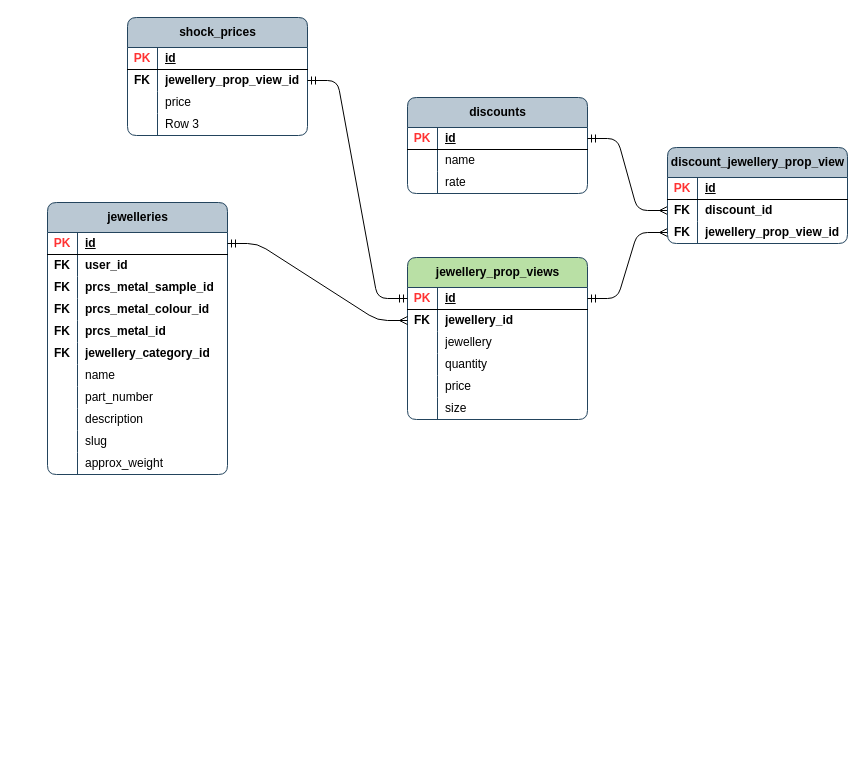
Before: page "discount" (7 of 7) of jewellery_items.drawio in acwstudio/app-ben-brumm, a draw.io diagram. Source tidied: cells renumbered, new cells numbered last; positions are measured from the earlier drawing's top-left corner, leaving out a move shared by most shapes. Both pictures are drawn from the tidied source at 100%, with x=0, y=0 at pixel (47, 17).
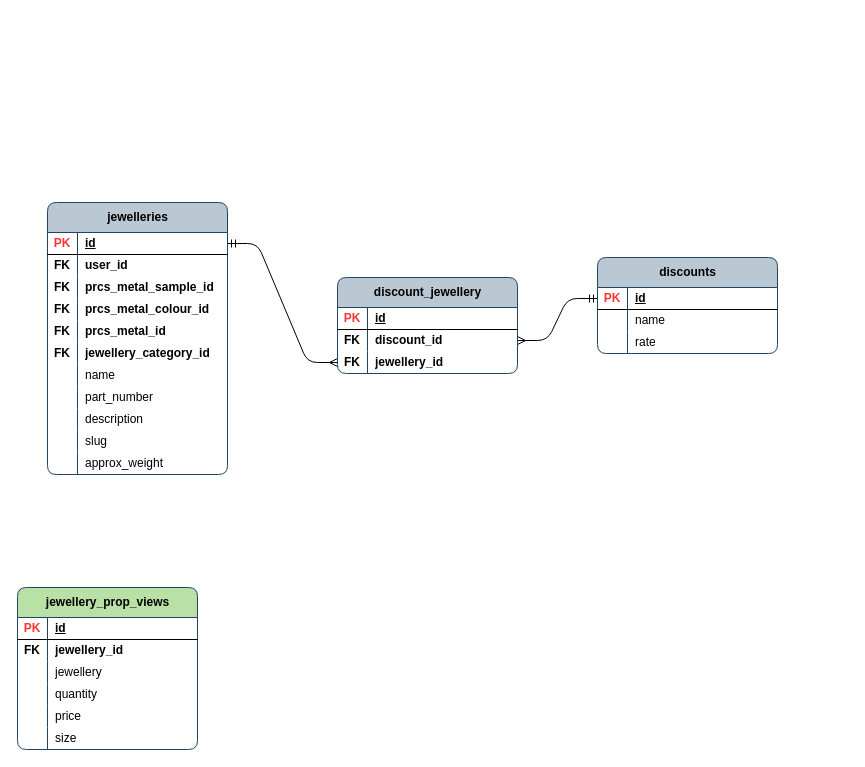
After the change.

The change refers to these unchanged cells:
```xml
<mxCell id="3" style="shape=tableRow;horizontal=0;startSize=0;swimlaneHead=0;swimlaneBody=0;fillColor=none;points=[[0,0.5],[1,0.5]];portConstraint=eastwest;top=0;left=0;right=0;bottom=1;rounded=1;" parent="2" vertex="1">
  <mxGeometry y="30" width="180" height="22" as="geometry" />
</mxCell>
<mxCell id="50" style="shape=tableRow;horizontal=0;startSize=0;swimlaneHead=0;swimlaneBody=0;fillColor=none;points=[[0,0.5],[1,0.5]];portConstraint=eastwest;top=0;left=0;right=0;bottom=1;rounded=0;" parent="49" vertex="1">
  <mxGeometry y="30" width="180" height="22" as="geometry" />
</mxCell>
<mxCell id="53" style="shape=tableRow;horizontal=0;startSize=0;swimlaneHead=0;swimlaneBody=0;fillColor=none;points=[[0,0.5],[1,0.5]];portConstraint=eastwest;top=0;left=0;right=0;bottom=0;rounded=0;" parent="49" vertex="1">
  <mxGeometry y="52" width="180" height="22" as="geometry" />
</mxCell>
<mxCell id="70" style="shape=tableRow;horizontal=0;startSize=0;swimlaneHead=0;swimlaneBody=0;fillColor=none;points=[[0,0.5],[1,0.5]];portConstraint=eastwest;top=0;left=0;right=0;bottom=1;rounded=0;" parent="69" vertex="1">
  <mxGeometry y="30" width="180" height="22" as="geometry" />
</mxCell>
<mxCell id="85" style="shape=tableRow;horizontal=0;startSize=0;swimlaneHead=0;swimlaneBody=0;fillColor=none;points=[[0,0.5],[1,0.5]];portConstraint=eastwest;top=0;left=0;right=0;bottom=0;rounded=0;" parent="81" vertex="1">
  <mxGeometry y="52" width="180" height="22" as="geometry" />
</mxCell>
<mxCell id="88" style="shape=tableRow;horizontal=0;startSize=0;swimlaneHead=0;swimlaneBody=0;fillColor=none;points=[[0,0.5],[1,0.5]];portConstraint=eastwest;top=0;left=0;right=0;bottom=0;rounded=0;" parent="81" vertex="1">
  <mxGeometry y="74" width="180" height="22" as="geometry" />
</mxCell>
```

Diff of the diagram source:
```diff
@@
-    <mxCell id="36" value="shock_prices" style="shape=table;startSize=30;childLayout=tableLayout;rowLines=0;fontStyle=1;align=center;html=1;rounded=1;swimlaneFillColor=none;fillColor=#bac8d3;strokeColor=#23445d;columnLines=1;arcSize=10;" parent="1" vertex="1">
-      <mxGeometry x="80" width="180" height="118" as="geometry" />
-    </mxCell>
-    <mxCell id="37" style="shape=tableRow;horizontal=0;startSize=0;swimlaneHead=0;swimlaneBody=0;fillColor=none;top=0;left=0;right=0;bottom=1;rounded=0;" parent="36" vertex="1">
-      <mxGeometry y="30" width="180" height="22" as="geometry" />
-    </mxCell>
-    <mxCell id="38" value="&lt;font color=&quot;#ff3333&quot;&gt;PK&lt;/font&gt;" style="shape=partialRectangle;fillColor=none;top=0;left=0;bottom=0;right=0;fontStyle=1;overflow=hidden;whiteSpace=wrap;html=1;" parent="37" vertex="1">
-      <mxGeometry width="30" height="22" as="geometry" />
-    </mxCell>
-    <mxCell id="39" value="id" style="shape=partialRectangle;fillColor=none;top=0;left=0;bottom=0;right=0;align=left;spacingLeft=6;fontStyle=5;overflow=hidden;whiteSpace=wrap;html=1;" parent="37" vertex="1">
-      <mxGeometry x="30" width="150" height="22" as="geometry" />
-    </mxCell>
-    <mxCell id="40" style="shape=tableRow;horizontal=0;startSize=0;swimlaneHead=0;swimlaneBody=0;fillColor=none;points=[[0,0.5],[1,0.5]];portConstraint=eastwest;top=0;left=0;right=0;bottom=0;rounded=0;" parent="36" vertex="1">
-      <mxGeometry y="52" width="180" height="22" as="geometry" />
-    </mxCell>
-    <mxCell id="41" value="&lt;b&gt;FK&lt;/b&gt;" style="shape=partialRectangle;fillColor=none;top=0;left=0;bottom=0;right=0;overflow=hidden;whiteSpace=wrap;html=1;" parent="40" vertex="1">
-      <mxGeometry width="30" height="22" as="geometry" />
-    </mxCell>
-    <mxCell id="42" value="&lt;b&gt;jewellery_prop_view_id&lt;/b&gt;" style="shape=partialRectangle;fillColor=none;top=0;left=0;bottom=0;right=0;align=left;spacingLeft=6;overflow=hidden;whiteSpace=wrap;html=1;" parent="40" vertex="1">
-      <mxGeometry x="30" width="150" height="22" as="geometry" />
-    </mxCell>
-    <mxCell id="43" style="shape=tableRow;horizontal=0;startSize=0;swimlaneHead=0;swimlaneBody=0;fillColor=none;top=0;left=0;right=0;bottom=0;rounded=0;" parent="36" vertex="1">
-      <mxGeometry y="74" width="180" height="22" as="geometry" />
-    </mxCell>
-    <mxCell id="44" style="shape=partialRectangle;fillColor=none;top=0;left=0;bottom=0;right=0;overflow=hidden;whiteSpace=wrap;html=1;" parent="43" vertex="1">
-      <mxGeometry width="30" height="22" as="geometry" />
-    </mxCell>
-    <mxCell id="45" value="price" style="shape=partialRectangle;fillColor=none;top=0;left=0;bottom=0;right=0;align=left;spacingLeft=6;overflow=hidden;whiteSpace=wrap;html=1;" parent="43" vertex="1">
-      <mxGeometry x="30" width="150" height="22" as="geometry" />
-    </mxCell>
-    <mxCell id="46" style="shape=tableRow;horizontal=0;startSize=0;swimlaneHead=0;swimlaneBody=0;fillColor=none;top=0;left=0;right=0;bottom=0;rounded=0;" parent="36" vertex="1">
-      <mxGeometry y="96" width="180" height="22" as="geometry" />
-    </mxCell>
-    <mxCell id="47" style="shape=partialRectangle;fillColor=none;top=0;left=0;bottom=0;right=0;overflow=hidden;whiteSpace=wrap;html=1;" parent="46" vertex="1">
-      <mxGeometry width="30" height="22" as="geometry" />
-    </mxCell>
-    <mxCell id="48" value="Row 3" style="shape=partialRectangle;fillColor=none;top=0;left=0;bottom=0;right=0;align=left;spacingLeft=6;overflow=hidden;whiteSpace=wrap;html=1;" parent="46" vertex="1">
-      <mxGeometry x="30" width="150" height="22" as="geometry" />
-    </mxCell>
     <mxCell id="49" value="jewellery_prop_views" style="shape=table;startSize=30;childLayout=tableLayout;rowLines=0;fontStyle=1;align=center;html=1;rounded=1;swimlaneFillColor=none;fillColor=#B9E0A5;strokeColor=#23445d;columnLines=1;arcSize=10;" parent="1" vertex="1">
-      <mxGeometry x="360" y="240" width="180" height="162" as="geometry" />
+      <mxGeometry x="-30" y="570" width="180" height="162" as="geometry" />
     </mxCell>
@@
-    <mxCell id="68" style="edgeStyle=entityRelationEdgeStyle;fontSize=12;html=1;endArrow=ERmany;rounded=1;curved=0;exitX=1;exitY=0.5;exitDx=0;exitDy=0;entryX=0;entryY=0.5;entryDx=0;entryDy=0;startArrow=ERmandOne;startFill=0;" parent="1" edge="1" source="3" target="53">
+    <mxCell id="68" style="edgeStyle=entityRelationEdgeStyle;fontSize=12;html=1;endArrow=ERmany;rounded=1;curved=0;exitX=1;exitY=0.5;exitDx=0;exitDy=0;startArrow=ERmandOne;startFill=0;entryX=0;entryY=0.5;entryDx=0;entryDy=0;" parent="1" edge="1" source="3" target="88">
       <mxGeometry relative="1" as="geometry" />
     </mxCell>
     <mxCell id="69" value="discounts" style="shape=table;startSize=30;childLayout=tableLayout;rowLines=0;fontStyle=1;align=center;html=1;rounded=1;swimlaneFillColor=none;fillColor=#bac8d3;strokeColor=#23445d;columnLines=1;arcSize=10;" parent="1" vertex="1">
-      <mxGeometry x="360" y="80" width="180" height="96" as="geometry" />
+      <mxGeometry x="550" y="240" width="180" height="96" as="geometry" />
     </mxCell>
@@
-    <mxCell id="79" style="edgeStyle=entityRelationEdgeStyle;fontSize=12;html=1;endArrow=ERmany;rounded=1;curved=0;exitX=1;exitY=0.5;exitDx=0;exitDy=0;startArrow=ERmandOne;startFill=0;entryX=0;entryY=0.5;entryDx=0;entryDy=0;" parent="1" edge="1" source="50" target="88">
-      <mxGeometry relative="1" as="geometry" />
-    </mxCell>
-    <mxCell id="80" style="edgeStyle=entityRelationEdgeStyle;fontSize=12;html=1;endArrow=ERmany;rounded=1;curved=0;exitX=1;exitY=0.5;exitDx=0;exitDy=0;entryX=0;entryY=0.5;entryDx=0;entryDy=0;startArrow=ERmandOne;startFill=0;" parent="1" edge="1" source="70" target="85">
+    <mxCell id="80" style="edgeStyle=entityRelationEdgeStyle;fontSize=12;html=1;endArrow=ERmany;rounded=1;curved=0;exitX=0;exitY=0.5;exitDx=0;exitDy=0;entryX=1;entryY=0.5;entryDx=0;entryDy=0;startArrow=ERmandOne;startFill=0;" parent="1" edge="1" source="70" target="85">
       <mxGeometry relative="1" as="geometry" />
     </mxCell>
-    <mxCell id="81" value="discount_jewellery_prop_view" style="shape=table;startSize=30;childLayout=tableLayout;rowLines=0;fontStyle=1;align=center;html=1;rounded=1;swimlaneFillColor=none;fillColor=#bac8d3;strokeColor=#23445d;columnLines=1;arcSize=10;" parent="1" vertex="1">
-      <mxGeometry x="620" y="130" width="180" height="96" as="geometry" />
+    <mxCell id="81" value="discount_jewellery" style="shape=table;startSize=30;childLayout=tableLayout;rowLines=0;fontStyle=1;align=center;html=1;rounded=1;swimlaneFillColor=none;fillColor=#bac8d3;strokeColor=#23445d;columnLines=1;arcSize=10;" parent="1" vertex="1">
+      <mxGeometry x="290" y="260" width="180" height="96" as="geometry" />
     </mxCell>
@@
-    <mxCell id="90" value="&lt;b&gt;jewellery_prop_view_id&lt;/b&gt;" style="shape=partialRectangle;fillColor=none;top=0;left=0;bottom=0;right=0;align=left;spacingLeft=6;overflow=hidden;whiteSpace=wrap;html=1;" parent="88" vertex="1">
+    <mxCell id="90" value="&lt;b&gt;jewellery_id&lt;/b&gt;" style="shape=partialRectangle;fillColor=none;top=0;left=0;bottom=0;right=0;align=left;spacingLeft=6;overflow=hidden;whiteSpace=wrap;html=1;" parent="88" vertex="1">
       <mxGeometry x="30" width="150" height="22" as="geometry" />
     </mxCell>
-    <mxCell id="91" style="edgeStyle=entityRelationEdgeStyle;fontSize=12;html=1;endArrow=ERmandOne;rounded=1;curved=0;entryX=1;entryY=0.5;entryDx=0;entryDy=0;startArrow=ERmandOne;startFill=0;exitX=0;exitY=0.5;exitDx=0;exitDy=0;endFill=0;" parent="1" edge="1" source="50" target="40">
-      <mxGeometry relative="1" as="geometry" />
-    </mxCell>
```
